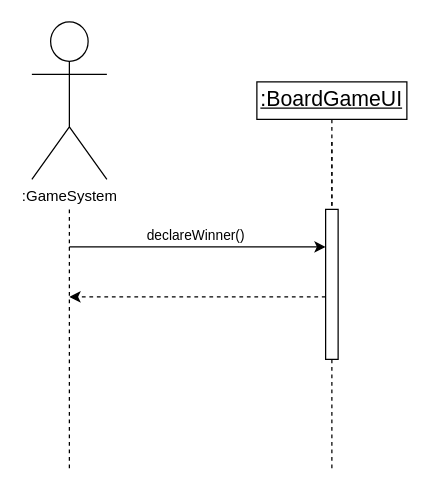
This is page "Declare game winner" (3 of 4) of Deliverables/Semester 1/PDF Report/Diagrams/Sequence Diagrams/Curtis_s_Sequence_Diagram.drawio from Xelodico/engineers-without-borders, a draw.io file, before an edit. Source tidied: cells renumbered, new cells numbered last; positions are measured from the earlier drawing's top-left corner, leaving out a move shared by most shapes. Both pictures are drawn from the tidied source at 125%, with x=0, y=0 at pixel (31, 21).
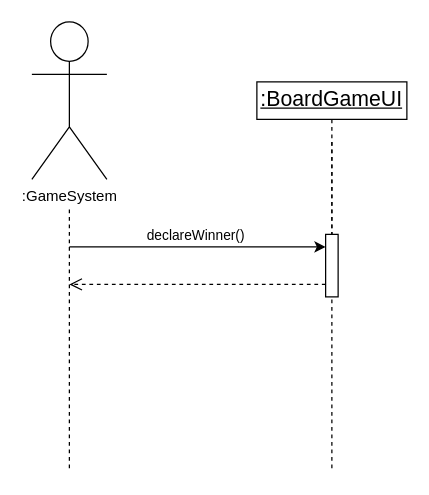
The same diagram, later.

Diff of the diagram source:
```diff
@@
 <mxGraphModel>
   <root>
     <mxCell id="0" />
     <mxCell id="1" parent="0" />
     <mxCell id="2" style="edgeStyle=orthogonalEdgeStyle;rounded=0;orthogonalLoop=1;jettySize=auto;html=1;dashed=1;endArrow=none;endFill=0;" parent="1" edge="1">
       <mxGeometry relative="1" as="geometry">
         <mxPoint x="30" y="150" as="sourcePoint" />
         <mxPoint x="30" y="360" as="targetPoint" />
       </mxGeometry>
     </mxCell>
     <mxCell id="3" value=":GameSystem" style="shape=umlActor;verticalLabelPosition=bottom;verticalAlign=top;html=1;" parent="1" vertex="1">
       <mxGeometry width="60" height="126" as="geometry" />
     </mxCell>
     <mxCell id="4" value=":BoardGameUI" style="html=1;whiteSpace=wrap;fontStyle=4;fontSize=17;horizontal=1;" parent="1" vertex="1">
       <mxGeometry x="180" y="48" width="120" height="30" as="geometry" />
     </mxCell>
     <mxCell id="5" style="edgeStyle=orthogonalEdgeStyle;rounded=0;jettySize=auto;html=1;dashed=1;endArrow=none;endFill=0;exitX=0.5;exitY=1;exitDx=0;exitDy=0;" parent="1" edge="1" source="4">
       <mxGeometry relative="1" as="geometry">
         <mxPoint x="240" y="176" as="targetPoint" />
         <Array as="points">
           <mxPoint x="240" y="186" />
           <mxPoint x="240" y="186" />
         </Array>
       </mxGeometry>
     </mxCell>
     <mxCell id="6" style="endArrow=classic;html=1;rounded=0;" parent="1" edge="1" target="10">
       <mxGeometry relative="1" as="geometry">
         <mxPoint x="30" y="180" as="sourcePoint" />
       </mxGeometry>
     </mxCell>
     <mxCell id="7" value="declareWinner()" style="edgeLabel;html=1;align=center;verticalAlign=middle;" parent="6" vertex="1">
       <mxGeometry x="-0.02" relative="1" as="geometry">
         <mxPoint y="-10" as="offset" />
       </mxGeometry>
     </mxCell>
-    <mxCell id="8" style="endArrow=classic;dashed=1;html=1;rounded=0;" parent="1" edge="1">
-      <mxGeometry relative="1" as="geometry">
-        <mxPoint x="235" y="220" as="sourcePoint" />
-        <mxPoint x="30" y="220" as="targetPoint" />
-      </mxGeometry>
-    </mxCell>
     <mxCell id="9" style="edgeStyle=orthogonalEdgeStyle;rounded=0;orthogonalLoop=1;jettySize=auto;html=1;dashed=1;endArrow=none;endFill=0;exitX=0.5;exitY=1;exitDx=0;exitDy=0;" parent="1" edge="1">
       <mxGeometry relative="1" as="geometry">
         <mxPoint x="240" y="96" as="sourcePoint" />
         <mxPoint x="240" y="360" as="targetPoint" />
         <Array as="points">
           <mxPoint x="240" y="220" />
           <mxPoint x="240" y="220" />
         </Array>
       </mxGeometry>
     </mxCell>
     <mxCell id="10" style="html=1;points=[[0,0,0,0,5],[0,1,0,0,-5],[1,0,0,0,5],[1,1,0,0,-5]];perimeter=orthogonalPerimeter;outlineConnect=0;targetShapes=umlLifeline;portConstraint=eastwest;newEdgeStyle={&quot;curved&quot;:0,&quot;rounded&quot;:0};" parent="1" vertex="1">
-      <mxGeometry x="235" y="150" width="10" height="120" as="geometry" />
+      <mxGeometry x="235" y="170" width="10" height="50" as="geometry" />
     </mxCell>
+    <mxCell id="11" style="html=1;verticalAlign=bottom;endArrow=open;dashed=1;endSize=8;curved=0;rounded=0;" parent="1" edge="1">
+      <mxGeometry relative="1" as="geometry">
+        <mxPoint x="235" y="210" as="sourcePoint" />
+        <mxPoint x="30" y="210" as="targetPoint" />
+      </mxGeometry>
+    </mxCell>
   </root>
 </mxGraphModel>
```
